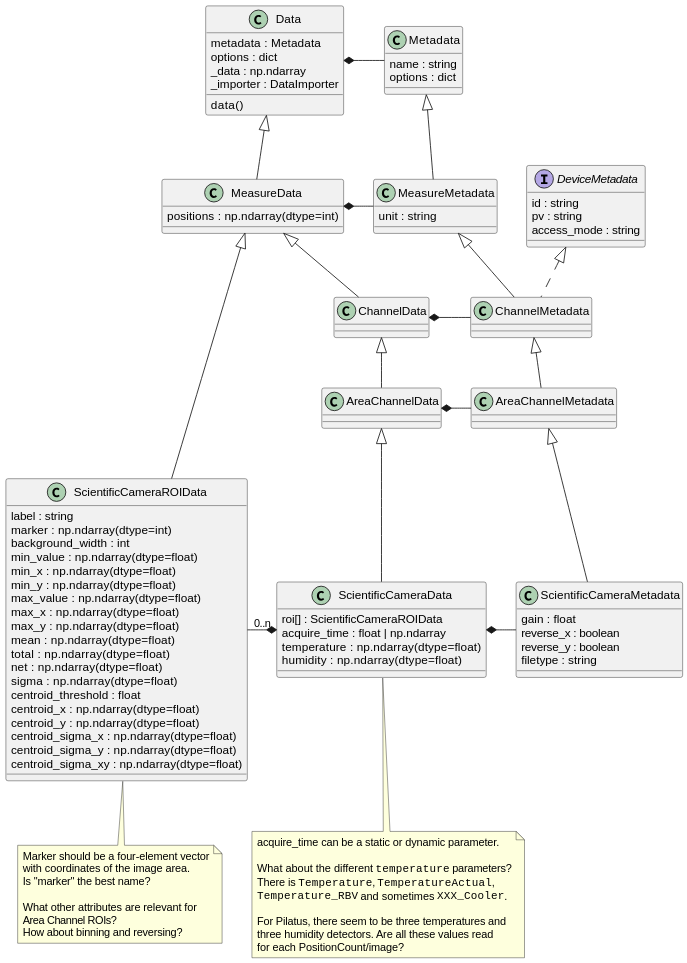
The PlantUML diagram docs/uml/scientificcamera.svg in tillbiskup/evedata, before a commit.
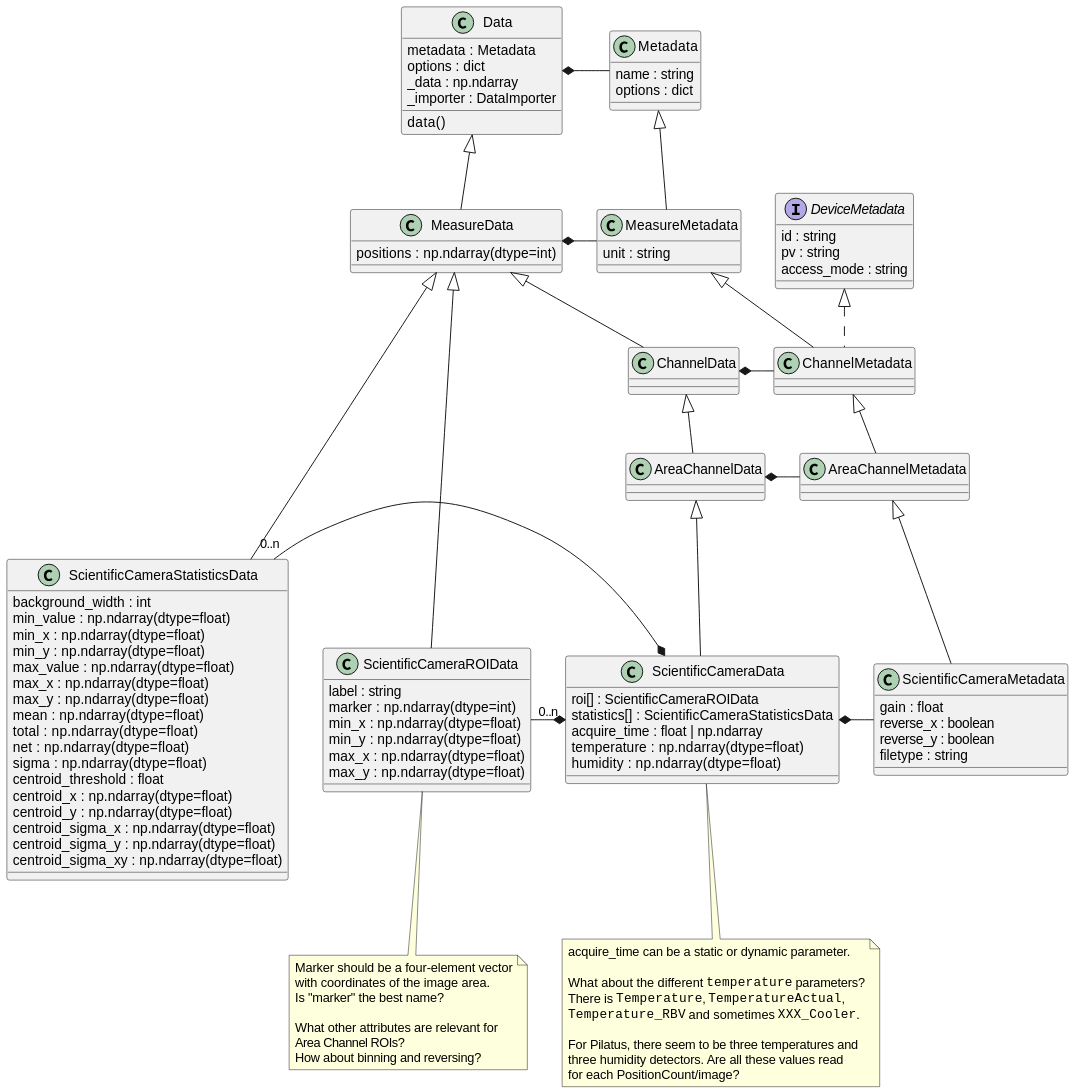
Above is the later version.

Commit message:
Separated ROIs and statistics for scientific cameras.

The edit, as a diff of the source:
```diff
@@ -26,6 +26,7 @@
 
 class ScientificCameraData extends AreaChannelData {
     roi[] : ScientificCameraROIData
+    statistics[] : ScientificCameraStatisticsData
     acquire_time : float | np.ndarray
     {field} temperature : np.ndarray(dtype=float)
     {field} humidity : np.ndarray(dtype=float)
@@ -44,13 +45,31 @@
 
 ScientificCameraData *- ScientificCameraMetadata
 
+ScientificCameraStatisticsData -[hidden]> ScientificCameraROIData
+ScientificCameraStatisticsData "0..n" -* ScientificCameraData
 ScientificCameraROIData -[hidden]> ScientificCameraData
 ScientificCameraROIData "0..n" -* ScientificCameraData
 ScientificCameraROIData -[hidden]> ScientificCameraData
 
-class ScientificCameraROIData extends MeasureData{
+class ScientificCameraROIData extends MeasureData {
     {field} label : string
     {field} marker : np.ndarray(dtype=int)
+    {field} min_x : np.ndarray(dtype=float)
+    {field} min_y : np.ndarray(dtype=float)
+    {field} max_x : np.ndarray(dtype=float)
+    {field} max_y : np.ndarray(dtype=float)
+}
+note bottom of ScientificCameraROIData
+    Marker should be a four-element vector
+    with coordinates of the image area.
+    Is "marker" the best name?
+
+    What other attributes are relevant for
+    Area Channel ROIs?
+    How about binning and reversing?
+end note
+
+class ScientificCameraStatisticsData extends MeasureData {
     background_width : int
     {field} min_value : np.ndarray(dtype=float)
     {field} min_x : np.ndarray(dtype=float)
@@ -69,15 +88,6 @@
     {field} centroid_sigma_y : np.ndarray(dtype=float)
     {field} centroid_sigma_xy : np.ndarray(dtype=float)
 }
-note bottom of ScientificCameraROIData
-    Marker should be a four-element vector
-    with coordinates of the image area.
-    Is "marker" the best name?
-
-    What other attributes are relevant for
-    Area Channel ROIs?
-    How about binning and reversing?
-end note
 
 
 class Metadata {
```
